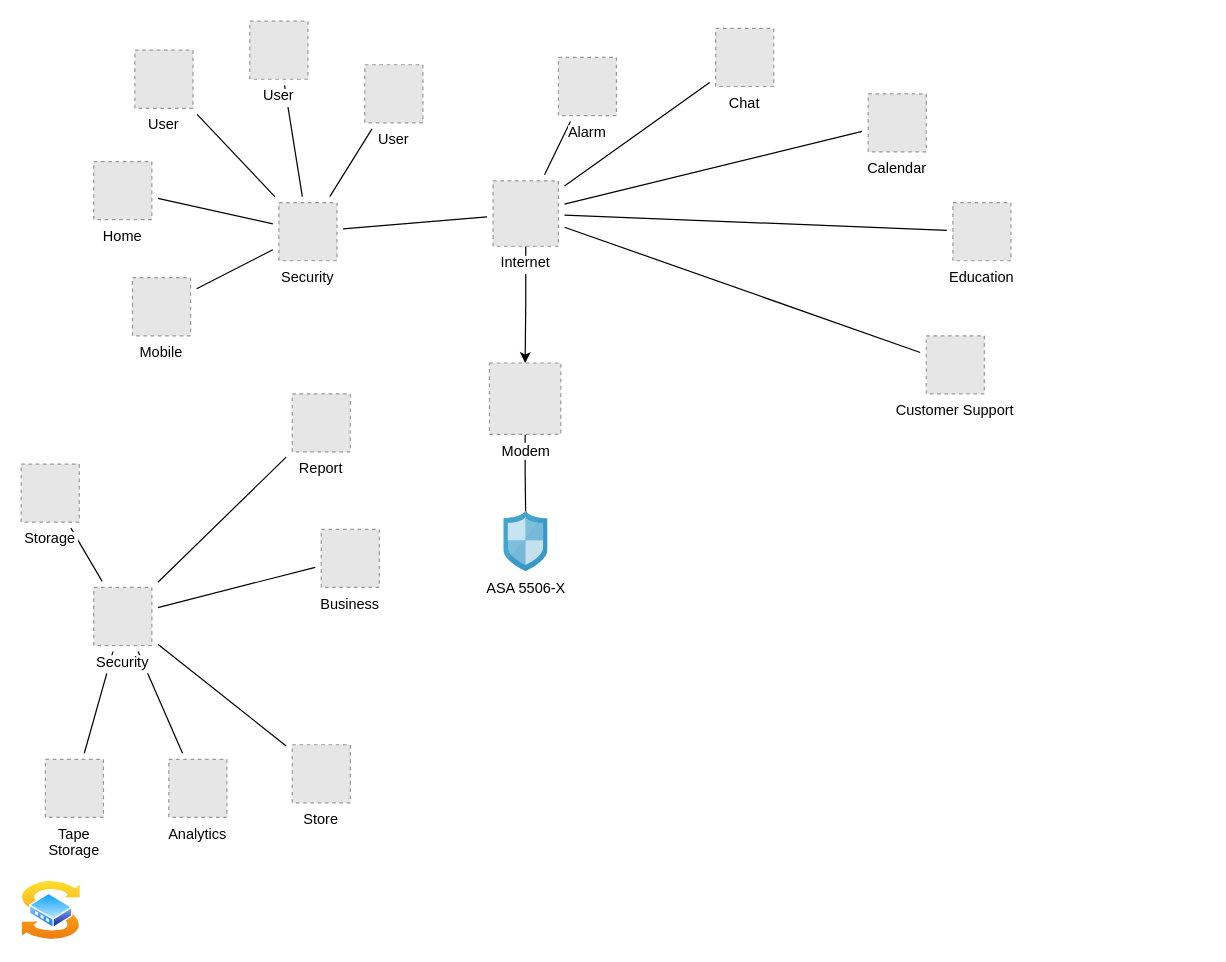
Before: Untitled Diagram.drawio in trae-horton/SOAR, a draw.io diagram. Source tidied: cells renumbered, new cells numbered last; positions are measured from the earlier drawing's top-left corner, leaving out a move shared by most shapes. Both pictures are drawn from the tidied source at 121%, with x=0, y=0 at pixel (21, 21). Pictures stored in the file or linked from it are replaced by grey dashed boxes.
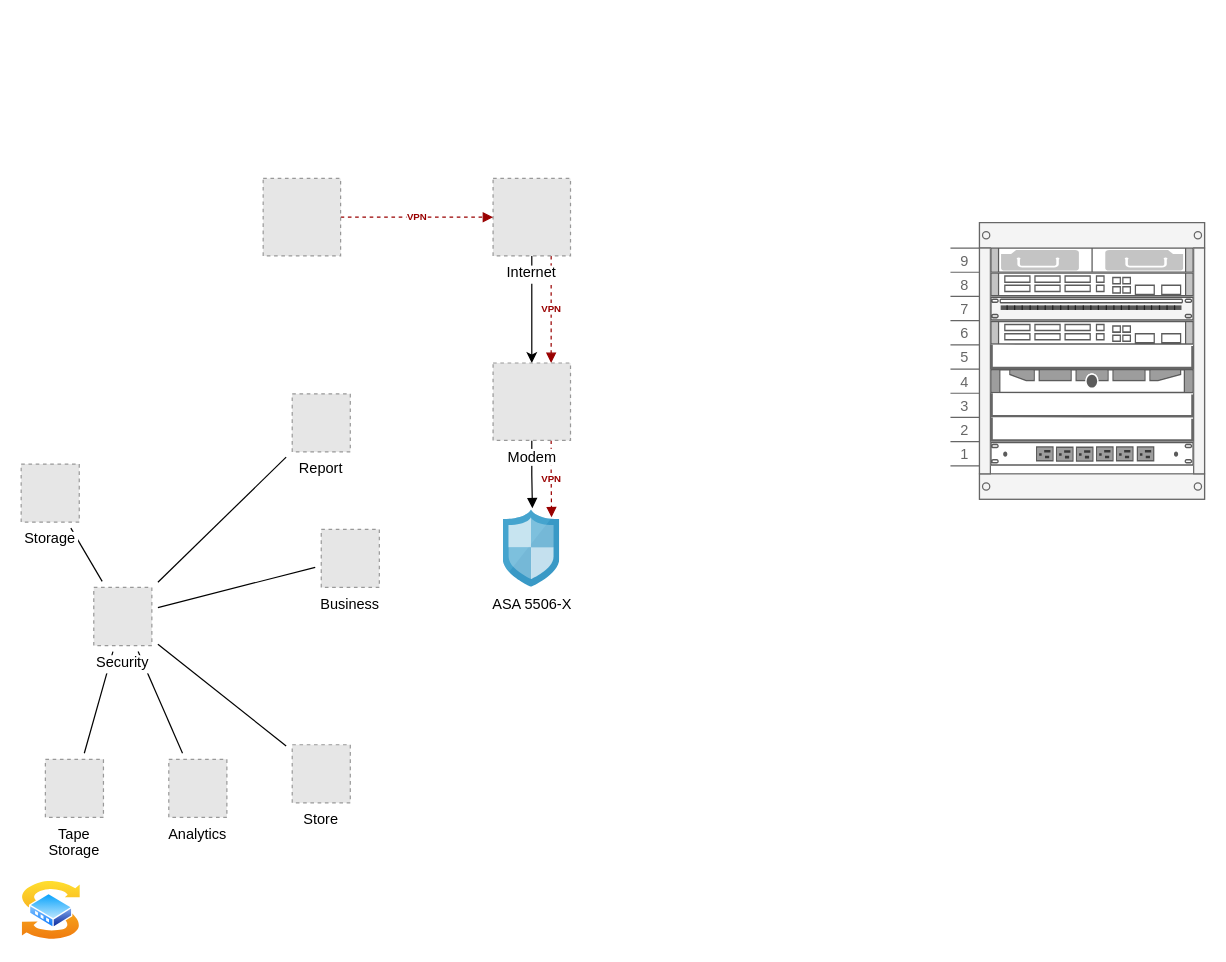
Above is the later version.

What changed in the source:
```diff
@@
-    <mxCell id="2" style="edgeStyle=none;rounded=0;jettySize=auto;html=1;sourcePerimeterSpacing=5;endArrow=none;endFill=0;targetPerimeterSpacing=5;" parent="1" edge="1" source="20" target="31">
-      <mxGeometry relative="1" as="geometry" />
-    </mxCell>
-    <mxCell id="3" style="edgeStyle=none;rounded=0;jettySize=auto;html=1;sourcePerimeterSpacing=5;endArrow=none;endFill=0;targetPerimeterSpacing=5;" parent="1" edge="1" source="23" target="31">
-      <mxGeometry relative="1" as="geometry" />
-    </mxCell>
-    <mxCell id="4" style="edgeStyle=none;rounded=0;jettySize=auto;html=1;sourcePerimeterSpacing=5;endArrow=none;endFill=0;targetPerimeterSpacing=5;" parent="1" edge="1" source="30" target="25">
-      <mxGeometry relative="1" as="geometry" />
-    </mxCell>
-    <mxCell id="5" style="edgeStyle=none;rounded=0;jettySize=auto;html=1;sourcePerimeterSpacing=5;endArrow=none;endFill=0;targetPerimeterSpacing=5;" parent="1" edge="1" source="30" target="21">
-      <mxGeometry relative="1" as="geometry" />
-    </mxCell>
-    <mxCell id="6" style="edgeStyle=none;rounded=0;jettySize=auto;html=1;sourcePerimeterSpacing=5;endArrow=none;endFill=0;targetPerimeterSpacing=5;" parent="1" edge="1" source="30" target="32">
-      <mxGeometry relative="1" as="geometry" />
-    </mxCell>
-    <mxCell id="7" style="edgeStyle=none;rounded=0;jettySize=auto;html=1;sourcePerimeterSpacing=5;endArrow=none;endFill=0;targetPerimeterSpacing=5;" parent="1" edge="1" source="30" target="24">
-      <mxGeometry relative="1" as="geometry" />
-    </mxCell>
-    <mxCell id="8" style="edgeStyle=none;rounded=0;jettySize=auto;html=1;sourcePerimeterSpacing=5;endArrow=none;endFill=0;targetPerimeterSpacing=5;" parent="1" edge="1" source="30" target="22">
-      <mxGeometry relative="1" as="geometry" />
-    </mxCell>
-    <mxCell id="9" style="edgeStyle=none;rounded=0;jettySize=auto;html=1;sourcePerimeterSpacing=5;endArrow=none;endFill=0;targetPerimeterSpacing=5;" parent="1" edge="1" source="31" target="30">
-      <mxGeometry relative="1" as="geometry" />
-    </mxCell>
-    <mxCell id="10" style="edgeStyle=none;rounded=0;jettySize=auto;html=1;sourcePerimeterSpacing=5;endArrow=none;endFill=0;targetPerimeterSpacing=5;" parent="1" edge="1" source="35" target="31">
-      <mxGeometry relative="1" as="geometry" />
-    </mxCell>
-    <mxCell id="11" style="rounded=0;jettySize=auto;html=1;endArrow=none;endFill=0;sourcePerimeterSpacing=5;targetPerimeterSpacing=5;" parent="1" edge="1" source="36" target="31">
-      <mxGeometry relative="1" as="geometry" />
-    </mxCell>
-    <mxCell id="12" style="edgeStyle=none;rounded=0;jettySize=auto;html=1;sourcePerimeterSpacing=5;endArrow=none;endFill=0;targetPerimeterSpacing=5;" parent="1" edge="1" source="37" target="31">
-      <mxGeometry relative="1" as="geometry" />
-    </mxCell>
@@
-    <mxCell id="20" value="Mobile" style="fillColor=#E6E6E6;strokeColor=#999999;dashed=1;verticalLabelPosition=bottom;verticalAlign=top;labelBackgroundColor=#ffffff;" parent="1" vertex="1">
-      <mxGeometry x="92" y="212" width="48" height="48" as="geometry" />
-    </mxCell>
-    <mxCell id="21" value="Chat" style="fillColor=#E6E6E6;strokeColor=#999999;dashed=1;verticalLabelPosition=bottom;verticalAlign=top;labelBackgroundColor=#ffffff;" parent="1" vertex="1">
-      <mxGeometry x="574" y="6" width="48" height="48" as="geometry" />
-    </mxCell>
-    <mxCell id="22" value="Customer Support" style="fillColor=#E6E6E6;strokeColor=#999999;dashed=1;verticalLabelPosition=bottom;verticalAlign=top;labelBackgroundColor=#ffffff;" parent="1" vertex="1">
-      <mxGeometry x="748" y="260" width="48" height="48" as="geometry" />
-    </mxCell>
-    <mxCell id="23" value="Home" style="fillColor=#E6E6E6;strokeColor=#999999;dashed=1;verticalLabelPosition=bottom;verticalAlign=top;labelBackgroundColor=#ffffff;" parent="1" vertex="1">
-      <mxGeometry x="60" y="116" width="48" height="48" as="geometry" />
-    </mxCell>
-    <mxCell id="24" value="Education" style="fillColor=#E6E6E6;strokeColor=#999999;dashed=1;verticalLabelPosition=bottom;verticalAlign=top;labelBackgroundColor=#ffffff;" parent="1" vertex="1">
-      <mxGeometry x="770" y="150" width="48" height="48" as="geometry" />
-    </mxCell>
-    <mxCell id="25" value="Alarm" style="fillColor=#E6E6E6;strokeColor=#999999;dashed=1;verticalLabelPosition=bottom;verticalAlign=top;labelBackgroundColor=#ffffff;" parent="1" vertex="1">
-      <mxGeometry x="444" y="30" width="48" height="48" as="geometry" />
-    </mxCell>
@@
+    <mxCell id="43" value="VPN" style="edgeStyle=orthogonalEdgeStyle;rounded=0;jettySize=auto;html=1;exitX=0.75;exitY=1;exitDx=0;exitDy=0;entryX=0.75;entryY=0;entryDx=0;entryDy=0;dashed=1;gradientColor=#ea6b66;fillColor=#f8cecc;strokeColor=#990000;endArrow=block;endFill=1;fontSize=8;fontStyle=1;fontColor=#990000;" parent="1" edge="1" source="30" target="40">
+      <mxGeometry relative="1" as="geometry" />
+    </mxCell>
     <mxCell id="30" value="Internet" style="fillColor=#E6E6E6;strokeColor=#999999;dashed=1;verticalLabelPosition=bottom;verticalAlign=top;labelBackgroundColor=#ffffff;" parent="1" vertex="1">
-      <mxGeometry x="390" y="132" width="54" height="54" as="geometry" />
+      <mxGeometry x="390" y="130" width="64" height="64" as="geometry" />
     </mxCell>
-    <mxCell id="31" value="Security" style="fillColor=#E6E6E6;strokeColor=#999999;dashed=1;verticalLabelPosition=bottom;verticalAlign=top;labelBackgroundColor=#ffffff;" parent="1" vertex="1">
-      <mxGeometry x="213" y="150" width="48" height="48" as="geometry" />
-    </mxCell>
-    <mxCell id="32" value="Calendar" style="fillColor=#E6E6E6;strokeColor=#999999;dashed=1;verticalLabelPosition=bottom;verticalAlign=top;labelBackgroundColor=#ffffff;" parent="1" vertex="1">
-      <mxGeometry x="700" y="60" width="48" height="48" as="geometry" />
-    </mxCell>
@@
-    <mxCell id="35" value="User" style="fillColor=#E6E6E6;strokeColor=#999999;dashed=1;verticalLabelPosition=bottom;verticalAlign=top;labelBackgroundColor=#ffffff;" parent="1" vertex="1">
-      <mxGeometry x="94" y="24" width="48" height="48" as="geometry" />
-    </mxCell>
-    <mxCell id="36" value="User" style="fillColor=#E6E6E6;strokeColor=#999999;dashed=1;verticalLabelPosition=bottom;verticalAlign=top;labelBackgroundColor=#ffffff;" parent="1" vertex="1">
-      <mxGeometry x="284" y="36" width="48" height="48" as="geometry" />
-    </mxCell>
-    <mxCell id="37" value="User" style="fillColor=#E6E6E6;strokeColor=#999999;dashed=1;verticalLabelPosition=bottom;verticalAlign=top;labelBackgroundColor=#ffffff;" parent="1" vertex="1">
-      <mxGeometry x="189" width="48" height="48" as="geometry" />
-    </mxCell>
@@
-    <mxCell id="39" style="edgeStyle=orthogonalEdgeStyle;rounded=0;jettySize=auto;html=1;exitX=0.5;exitY=1;exitDx=0;exitDy=0;entryX=0.25;entryY=0;entryDx=0;entryDy=0;" parent="1" edge="1" source="40" target="41">
-      <mxGeometry relative="1" as="geometry" />
-    </mxCell>
+    <mxCell id="44" value="VPN" style="edgeStyle=orthogonalEdgeStyle;rounded=0;jettySize=auto;html=1;exitX=0.75;exitY=1;exitDx=0;exitDy=0;entryX=0.853;entryY=0.094;entryDx=0;entryDy=0;entryPerimeter=0;dashed=1;endArrow=block;endFill=1;fontSize=8;fontColor=#990000;gradientColor=#ea6b66;fillColor=#f8cecc;strokeColor=#990000;fontStyle=1;" parent="1" edge="1" source="40" target="41">
+      <mxGeometry relative="1" as="geometry" />
+    </mxCell>
+    <mxCell id="45" style="edgeStyle=orthogonalEdgeStyle;rounded=0;jettySize=auto;html=1;exitX=0.5;exitY=1;exitDx=0;exitDy=0;endArrow=block;endFill=1;strokeColor=#000000;fontSize=8;fontColor=#990000;entryX=0.514;entryY=-0.023;entryDx=0;entryDy=0;entryPerimeter=0;" parent="1" edge="1" source="40" target="41">
+      <mxGeometry relative="1" as="geometry">
+        <Array as="points">
+          <mxPoint x="422" y="375" />
+        </Array>
+      </mxGeometry>
+    </mxCell>
     <mxCell id="40" value="Modem" style="fillColor=#E6E6E6;strokeColor=#999999;dashed=1;html=1;verticalAlign=top;verticalLabelPosition=bottom;labelBackgroundColor=#ffffff;" parent="1" vertex="1">
-      <mxGeometry x="387" y="282.5" width="59" height="59" as="geometry" />
+      <mxGeometry x="390" y="282.5" width="64" height="64" as="geometry" />
     </mxCell>
     <mxCell id="41" value="ASA 5506-X" style="html=1;perimeter=none;align=center;shadow=0;dashed=0;image;fontSize=12;image=img/lib/mscae/ShieldFirewall.svg;" parent="1" vertex="1">
-      <mxGeometry x="399" y="405" width="36.5" height="50" as="geometry" />
+      <mxGeometry x="398.5" y="404" width="46.7" height="64" as="geometry" />
     </mxCell>
@@
+    <mxCell id="46" value="VPN" style="edgeStyle=orthogonalEdgeStyle;rounded=0;jettySize=auto;html=1;exitX=1;exitY=0.5;exitDx=0;exitDy=0;entryX=0;entryY=0.5;entryDx=0;entryDy=0;dashed=1;gradientColor=#ea6b66;fillColor=#f8cecc;strokeColor=#990000;endArrow=block;endFill=1;fontSize=8;fontStyle=1;fontColor=#990000;" parent="1" edge="1" source="47" target="30">
+      <mxGeometry relative="1" as="geometry" />
+    </mxCell>
+    <mxCell id="47" style="fillColor=#E6E6E6;strokeColor=#999999;dashed=1;html=1;verticalAlign=top;verticalLabelPosition=bottom;labelBackgroundColor=#ffffff;" parent="1" vertex="1">
+      <mxGeometry x="200" y="130" width="64" height="64" as="geometry" />
+    </mxCell>
+    <mxCell id="48" style="strokeColor=#666666;html=1;verticalLabelPosition=bottom;labelBackgroundColor=#ffffff;verticalAlign=top;shadow=0;dashed=0;shape=mxgraph.rackGeneral.container;fillColor2=#f4f4f4;fillColor=#ffffff;allowGaps=1;textColor=#666666;numDisp=ascend;" parent="1" vertex="1">
+      <mxGeometry x="768" y="166.5" width="210" height="228.6" as="geometry" />
+    </mxCell>
+    <mxCell id="49" style="shape=mxgraph.rack.cisco.cisco_asa_5585-x_adaptive_security_appliance;html=1;labelPosition=right;align=left;spacingLeft=15;dashed=0;shadow=0;fillColor=#ffffff;" parent="48" vertex="1">
+      <mxGeometry x="33" y="21" width="168" height="20" as="geometry" />
+    </mxCell>
+    <mxCell id="50" style="shape=mxgraph.rack.cisco.cisco_catalyst_4928_10_gigabit_ethernet_switch;html=1;labelPosition=right;align=left;spacingLeft=15;dashed=0;shadow=0;fillColor=#ffffff;" parent="48" vertex="1">
+      <mxGeometry x="33" y="41" width="168" height="20" as="geometry" />
+    </mxCell>
+    <mxCell id="51" style="strokeColor=#666666;html=1;labelPosition=right;align=left;spacingLeft=15;shadow=0;dashed=0;fillColor=#f5f5f5;shape=mxgraph.rack.general.cat5e_rack_mount_patch_panel_24_ports;fontColor=#333333;" parent="48" vertex="1">
+      <mxGeometry x="33" y="61" width="168" height="20" as="geometry" />
+    </mxCell>
+    <mxCell id="52" style="shape=mxgraph.rack.cisco.cisco_catalyst_4928_10_gigabit_ethernet_switch;html=1;labelPosition=right;align=left;spacingLeft=15;dashed=0;shadow=0;fillColor=#ffffff;" parent="48" vertex="1">
+      <mxGeometry x="33" y="81" width="168" height="20" as="geometry" />
+    </mxCell>
+    <mxCell id="53" style="strokeColor=#666666;html=1;labelPosition=right;align=left;spacingLeft=15;shadow=0;dashed=0;fillColor=#ffffff;shape=mxgraph.rackGeneral.shelf;" parent="48" vertex="1">
+      <mxGeometry x="33" y="101" width="168" height="20" as="geometry" />
+    </mxCell>
+    <mxCell id="54" style="shape=mxgraph.rack.dell.dell_poweredge_1u;html=1;labelPosition=right;align=left;spacingLeft=15;dashed=0;shadow=0;fillColor=#ffffff;" parent="48" vertex="1">
+      <mxGeometry x="33" y="121" width="168" height="20" as="geometry" />
+    </mxCell>
+    <mxCell id="55" style="strokeColor=#666666;html=1;labelPosition=right;align=left;spacingLeft=15;shadow=0;dashed=0;fillColor=#ffffff;shape=mxgraph.rackGeneral.shelf;" parent="48" vertex="1">
+      <mxGeometry x="33" y="141" width="168" height="20" as="geometry" />
+    </mxCell>
+    <mxCell id="56" style="strokeColor=#666666;html=1;labelPosition=right;align=left;spacingLeft=15;shadow=0;dashed=0;fillColor=#ffffff;shape=mxgraph.rackGeneral.shelf;" parent="48" vertex="1">
+      <mxGeometry x="33" y="161" width="168" height="20" as="geometry" />
+    </mxCell>
+    <mxCell id="57" style="shape=mxgraph.rack.dell.power_strip;html=1;labelPosition=right;align=left;spacingLeft=15;dashed=0;shadow=0;fillColor=#ffffff;" parent="48" vertex="1">
+      <mxGeometry x="33" y="181" width="168" height="20" as="geometry" />
+    </mxCell>
```
